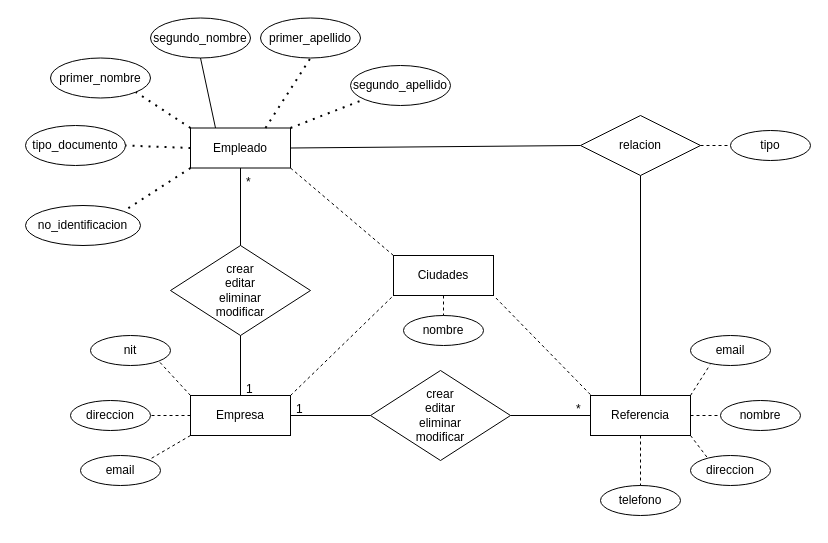
This is ModeloConceptual.drawio from shaten10/hdv, a draw.io file, before an edit. Source tidied: cells renumbered, new cells numbered last; positions are measured from the earlier drawing's top-left corner, leaving out a move shared by most shapes. Both pictures are drawn from the tidied source at 100%, with x=0, y=0 at pixel (25, 17).
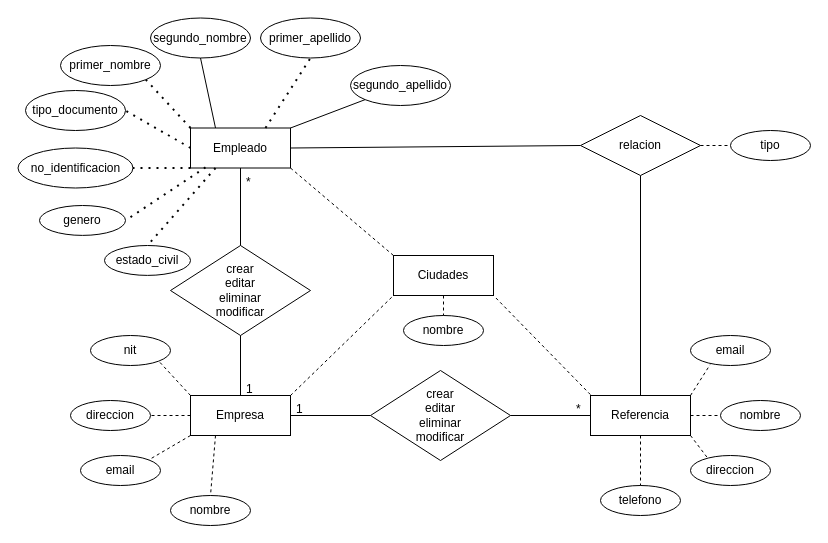
The same diagram, later.

The change refers to these unchanged cells:
```xml
<mxCell id="2" value="Empleado" style="whiteSpace=wrap;html=1;align=center;" parent="1" vertex="1">
  <mxGeometry x="165" y="110.5" width="100" height="40" as="geometry" />
</mxCell>
<mxCell id="5" value="segundo_apellido" style="ellipse;whiteSpace=wrap;html=1;align=center;" parent="1" vertex="1">
  <mxGeometry x="325" y="48" width="100" height="40" as="geometry" />
</mxCell>
<mxCell id="9" value="Empresa" style="whiteSpace=wrap;html=1;align=center;" parent="1" vertex="1">
  <mxGeometry x="165" y="378" width="100" height="40" as="geometry" />
</mxCell>
```

The edit, as a diff of the source:
```diff
@@
     <mxCell id="3" value="tipo_documento" style="ellipse;whiteSpace=wrap;html=1;align=center;" parent="1" vertex="1">
-      <mxGeometry y="108" width="100" height="40" as="geometry" />
+      <mxGeometry y="73" width="100" height="40" as="geometry" />
     </mxCell>
     <mxCell id="4" value="no_identificacion" style="ellipse;whiteSpace=wrap;html=1;align=center;" parent="1" vertex="1">
-      <mxGeometry y="188" width="115" height="40" as="geometry" />
+      <mxGeometry x="-7.5" y="130.5" width="115" height="40" as="geometry" />
     </mxCell>
@@
     <mxCell id="8" value="primer_nombre" style="ellipse;whiteSpace=wrap;html=1;align=center;" parent="1" vertex="1">
-      <mxGeometry x="25" y="40.5" width="100" height="40" as="geometry" />
+      <mxGeometry x="35" y="28" width="100" height="40" as="geometry" />
     </mxCell>
@@
-    <mxCell id="15" style="endArrow=none;dashed=1;html=1;dashPattern=1 3;strokeWidth=2;exitX=1;exitY=0;exitDx=0;exitDy=0;" parent="1" edge="1" source="2" target="5">
-      <mxGeometry relative="1" as="geometry" />
-    </mxCell>
-    <mxCell id="16" style="endArrow=none;dashed=1;html=1;dashPattern=1 3;strokeWidth=2;entryX=1;entryY=0;entryDx=0;entryDy=0;exitX=0;exitY=1;exitDx=0;exitDy=0;" parent="1" edge="1" source="2" target="4">
+    <mxCell id="16" style="endArrow=none;dashed=1;html=1;dashPattern=1 3;strokeWidth=2;entryX=1;entryY=0.5;entryDx=0;entryDy=0;exitX=0;exitY=1;exitDx=0;exitDy=0;" parent="1" edge="1" source="2" target="4">
       <mxGeometry relative="1" as="geometry" />
     </mxCell>
@@
+    <mxCell id="54" value="nombre" style="ellipse;whiteSpace=wrap;html=1;align=center;" parent="1" vertex="1">
+      <mxGeometry x="145" y="478" width="80" height="30" as="geometry" />
+    </mxCell>
+    <mxCell id="55" style="endArrow=none;dashed=1;html=1;exitX=0.25;exitY=1;exitDx=0;exitDy=0;entryX=0.5;entryY=0;entryDx=0;entryDy=0;" parent="1" edge="1" source="9" target="54">
+      <mxGeometry relative="1" as="geometry" />
+    </mxCell>
+    <mxCell id="56" value="genero" style="ellipse;whiteSpace=wrap;html=1;align=center;" parent="1" vertex="1">
+      <mxGeometry x="14" y="188" width="86" height="29.9" as="geometry" />
+    </mxCell>
+    <mxCell id="57" style="endArrow=none;dashed=1;html=1;dashPattern=1 3;strokeWidth=2;entryX=1;entryY=0.5;entryDx=0;entryDy=0;exitX=0.15;exitY=0.985;exitDx=0;exitDy=0;exitPerimeter=0;" parent="1" edge="1" source="2" target="56">
+      <mxGeometry relative="1" as="geometry" />
+    </mxCell>
+    <mxCell id="58" value="estado_civil" style="ellipse;whiteSpace=wrap;html=1;align=center;" parent="1" vertex="1">
+      <mxGeometry x="79" y="228" width="86" height="29.9" as="geometry" />
+    </mxCell>
+    <mxCell id="59" style="endArrow=none;dashed=1;html=1;dashPattern=1 3;strokeWidth=2;exitX=0.25;exitY=1;exitDx=0;exitDy=0;entryX=0.5;entryY=0;entryDx=0;entryDy=0;" parent="1" edge="1" source="2" target="58">
+      <mxGeometry relative="1" as="geometry" />
+    </mxCell>
+    <mxCell id="15" style="endArrow=none;html=1;entryX=0;entryY=1;entryDx=0;entryDy=0;exitX=1;exitY=0;exitDx=0;exitDy=0;" parent="1" edge="1" source="2" target="5">
+      <mxGeometry relative="1" as="geometry" />
+    </mxCell>
```
